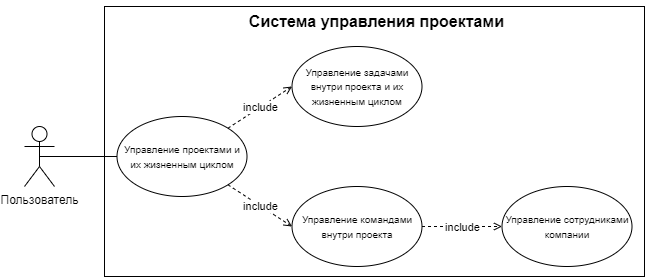
Earlier version of the draw.io export doc/arch/use-case/use case diagram.png (PavelNaymovets/project_management_system). Source tidied: cells renumbered, new cells last; positions are measured from the earlier drawing's top-left corner, leaving out a move shared by most shapes.
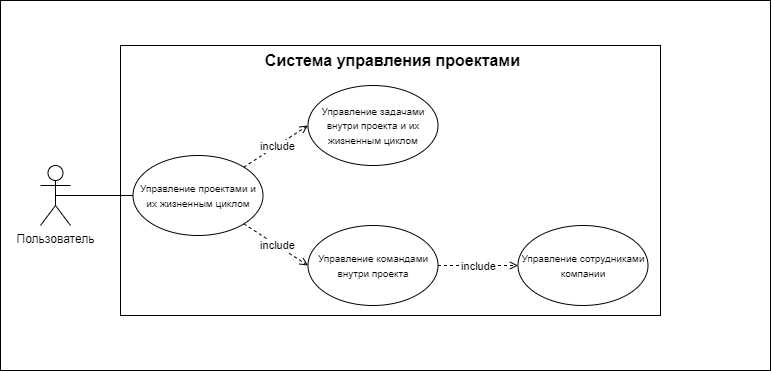
Later version of the same file.

Commit message:
#3 changed .png file use case diagram.

What changed in the source:
```diff
@@ -2,6 +2,9 @@
   <root>
     <mxCell id="0" />
     <mxCell id="1" parent="0" />
+    <mxCell id="16" style="rounded=0;whiteSpace=wrap;html=1;" parent="1" vertex="1">
+      <mxGeometry x="-40" y="-45" width="770" height="370" as="geometry" />
+    </mxCell>
     <mxCell id="2" value="Пользователь" style="shape=umlActor;verticalLabelPosition=bottom;verticalAlign=top;html=1;outlineConnect=0;" parent="1" vertex="1">
       <mxGeometry y="120" width="30" height="60" as="geometry" />
     </mxCell>
```
